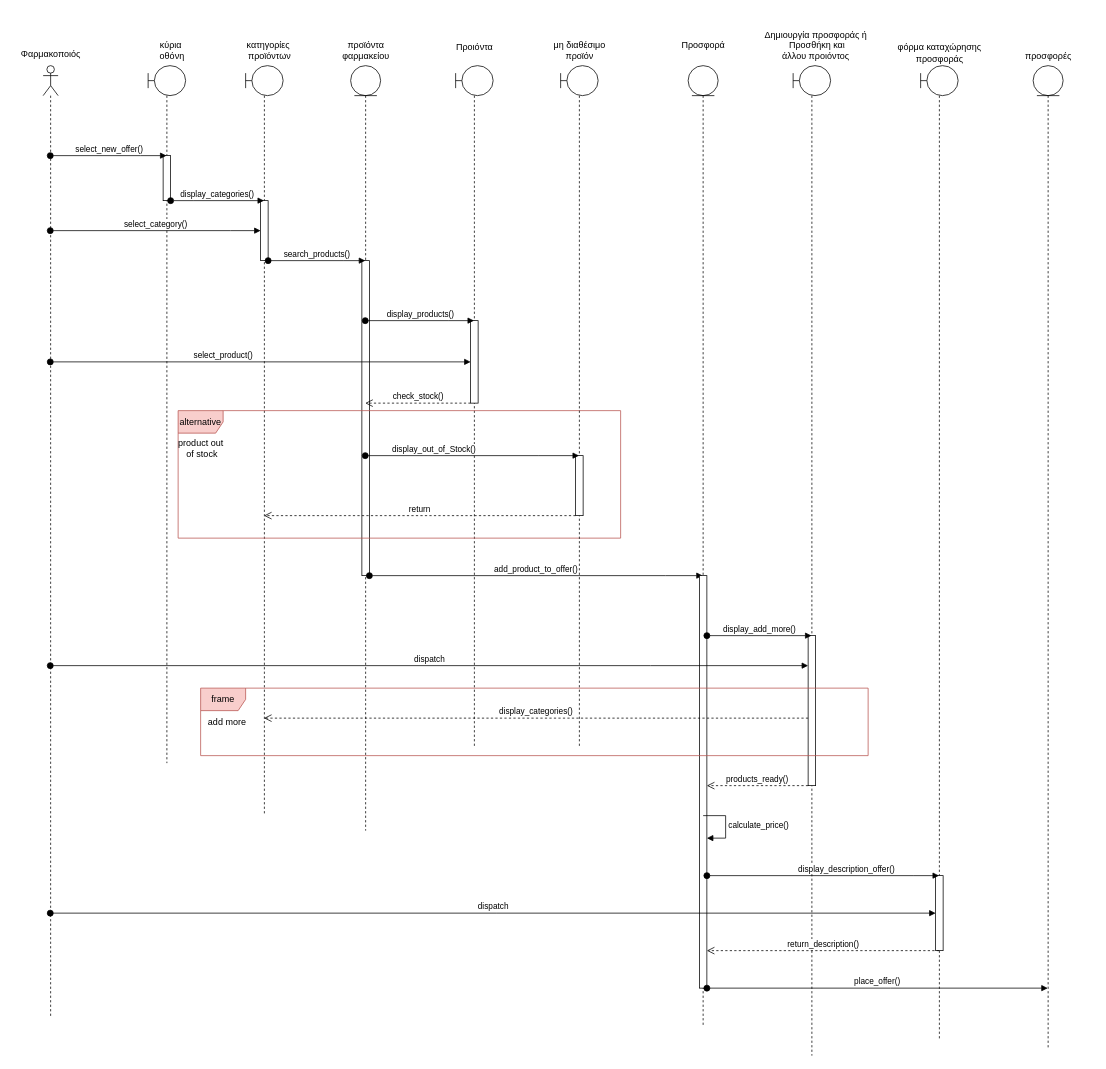
Above: Παραδοτέο_4/sequence/sequence_8.drawio in Galenus-Pharmacy/GalenusPharmacies (draw.io), before the change. Source tidied: cells renumbered, new cells numbered last; positions are measured from the earlier drawing's top-left corner, leaving out a move shared by most shapes. Both pictures are drawn from the tidied source at 75%, with x=0, y=0 at pixel (13, 22).
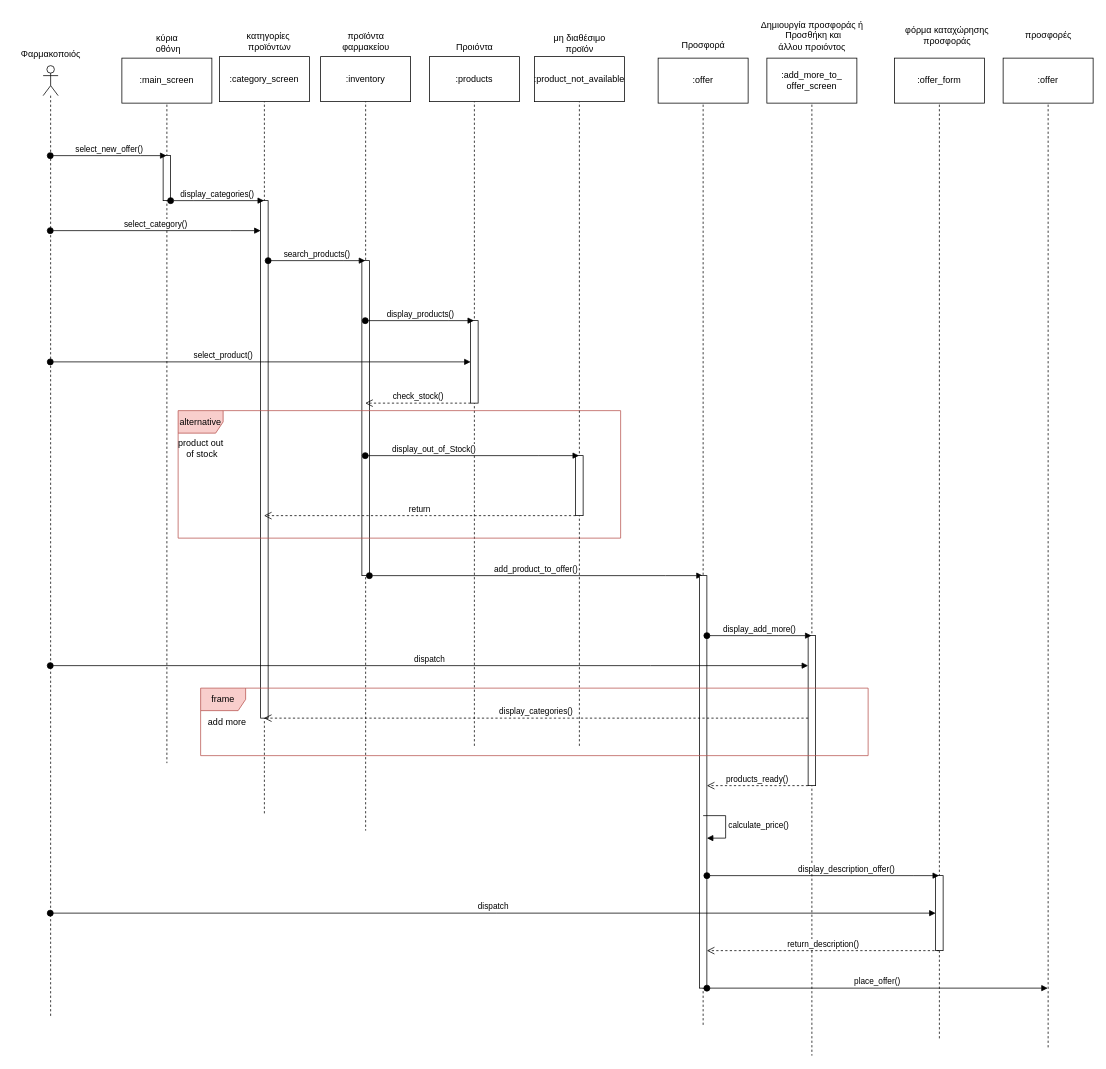
The same diagram, later.

Unchanged cells that the change refers to:
```xml
<mxCell id="8" style="shape=umlLifeline;perimeter=lifelinePerimeter;whiteSpace=wrap;html=1;outlineConnect=0;portConstraint=eastwest;newEdgeStyle={&quot;edgeStyle&quot;:&quot;elbowEdgeStyle&quot;,&quot;elbow&quot;:&quot;vertical&quot;,&quot;curved&quot;:0,&quot;rounded&quot;:0};participant=umlBoundary;" parent="1" vertex="1">
  <mxGeometry x="310" y="57" width="50" height="1000" as="geometry" />
</mxCell>
```

Change to the diagram source:
```diff
@@
     <mxCell id="6" value="κύρια&lt;br&gt;&amp;nbsp;οθόνη" style="text;html=1;align=center;verticalAlign=middle;strokeColor=none;fillColor=none;" parent="1" vertex="1">
-      <mxGeometry x="180" y="17" width="60" height="40" as="geometry" />
+      <mxGeometry x="175" y="7" width="60" height="40" as="geometry" />
     </mxCell>
@@
     <mxCell id="9" style="html=1;points=[];perimeter=orthogonalPerimeter;outlineConnect=0;targetShapes=umlLifeline;portConstraint=eastwest;newEdgeStyle={&quot;edgeStyle&quot;:&quot;elbowEdgeStyle&quot;,&quot;elbow&quot;:&quot;vertical&quot;,&quot;curved&quot;:0,&quot;rounded&quot;:0};" parent="8" vertex="1">
-      <mxGeometry x="20" y="180" width="10" height="80" as="geometry" />
+      <mxGeometry x="20" y="180" width="10" height="690" as="geometry" />
     </mxCell>
@@
     <mxCell id="11" value="κατηγορίες&lt;br&gt;&amp;nbsp;προϊόντων" style="text;html=1;align=center;verticalAlign=middle;strokeColor=none;fillColor=none;" parent="1" vertex="1">
-      <mxGeometry x="300" y="17" width="80" height="40" as="geometry" />
+      <mxGeometry x="300" y="5" width="80" height="40" as="geometry" />
     </mxCell>
@@
     <mxCell id="15" value="προϊόντα&lt;br style=&quot;border-color: var(--border-color); background-color: rgb(255, 255, 255);&quot;&gt;&lt;span style=&quot;background-color: rgb(255, 255, 255);&quot;&gt;φαρμακείου&lt;/span&gt;" style="text;html=1;align=center;verticalAlign=middle;strokeColor=none;fillColor=none;" parent="1" vertex="1">
-      <mxGeometry x="425" y="17" width="90" height="40" as="geometry" />
+      <mxGeometry x="425" y="5" width="90" height="40" as="geometry" />
     </mxCell>
@@
     <mxCell id="27" value="μη διαθέσιμο &lt;br&gt;προϊόν" style="text;html=1;align=center;verticalAlign=middle;strokeColor=none;fillColor=none;" parent="1" vertex="1">
-      <mxGeometry x="710" y="17" width="90" height="40" as="geometry" />
+      <mxGeometry x="710" y="7" width="90" height="40" as="geometry" />
     </mxCell>
@@
     <mxCell id="43" value="Δημιουργία προσφοράς ή&lt;br&gt;&amp;nbsp;Προσθήκη και &lt;br&gt;άλλου προιόντος" style="text;html=1;align=center;verticalAlign=middle;strokeColor=none;fillColor=none;" parent="1" vertex="1">
-      <mxGeometry x="990" width="160" height="60" as="geometry" />
+      <mxGeometry x="985" y="-13" width="160" height="60" as="geometry" />
     </mxCell>
@@
     <mxCell id="46" value="φόρμα καταχώρησης&lt;br&gt;&amp;nbsp;προσφοράς&amp;nbsp;" style="text;html=1;align=center;verticalAlign=middle;strokeColor=none;fillColor=none;" parent="1" vertex="1">
-      <mxGeometry x="1170" y="20" width="130" height="40" as="geometry" />
+      <mxGeometry x="1180" y="-3" width="130" height="40" as="geometry" />
     </mxCell>
@@
     <mxCell id="49" value="προσφορές" style="text;html=1;align=center;verticalAlign=middle;strokeColor=none;fillColor=none;" parent="1" vertex="1">
-      <mxGeometry x="1335" y="30" width="90" height="30" as="geometry" />
+      <mxGeometry x="1335" y="2" width="90" height="30" as="geometry" />
     </mxCell>
@@
+    <mxCell id="53" value=":main_screen" style="rounded=0;whiteSpace=wrap;html=1;" parent="1" vertex="1">
+      <mxGeometry x="145" y="47" width="120" height="60" as="geometry" />
+    </mxCell>
+    <mxCell id="54" value=":category_screen" style="whiteSpace=wrap;html=1;" parent="1" vertex="1">
+      <mxGeometry x="275" y="45" width="120" height="60" as="geometry" />
+    </mxCell>
+    <mxCell id="55" value=":inventory" style="whiteSpace=wrap;html=1;" parent="1" vertex="1">
+      <mxGeometry x="410" y="45" width="120" height="60" as="geometry" />
+    </mxCell>
+    <mxCell id="56" value=":products" style="whiteSpace=wrap;html=1;" parent="1" vertex="1">
+      <mxGeometry x="555" y="45" width="120" height="60" as="geometry" />
+    </mxCell>
+    <mxCell id="57" value=":product_not_available" style="whiteSpace=wrap;html=1;" parent="1" vertex="1">
+      <mxGeometry x="695" y="45" width="120" height="60" as="geometry" />
+    </mxCell>
+    <mxCell id="58" value=":offer" style="whiteSpace=wrap;html=1;" parent="1" vertex="1">
+      <mxGeometry x="860" y="47" width="120" height="60" as="geometry" />
+    </mxCell>
+    <mxCell id="59" value=":add_more_to_&lt;br&gt;offer_screen" style="whiteSpace=wrap;html=1;" parent="1" vertex="1">
+      <mxGeometry x="1005" y="47" width="120" height="60" as="geometry" />
+    </mxCell>
+    <mxCell id="60" value=":offer_form" style="whiteSpace=wrap;html=1;" parent="1" vertex="1">
+      <mxGeometry x="1175" y="47" width="120" height="60" as="geometry" />
+    </mxCell>
+    <mxCell id="61" value=":offer" style="whiteSpace=wrap;html=1;" parent="1" vertex="1">
+      <mxGeometry x="1320" y="47" width="120" height="60" as="geometry" />
+    </mxCell>
```
